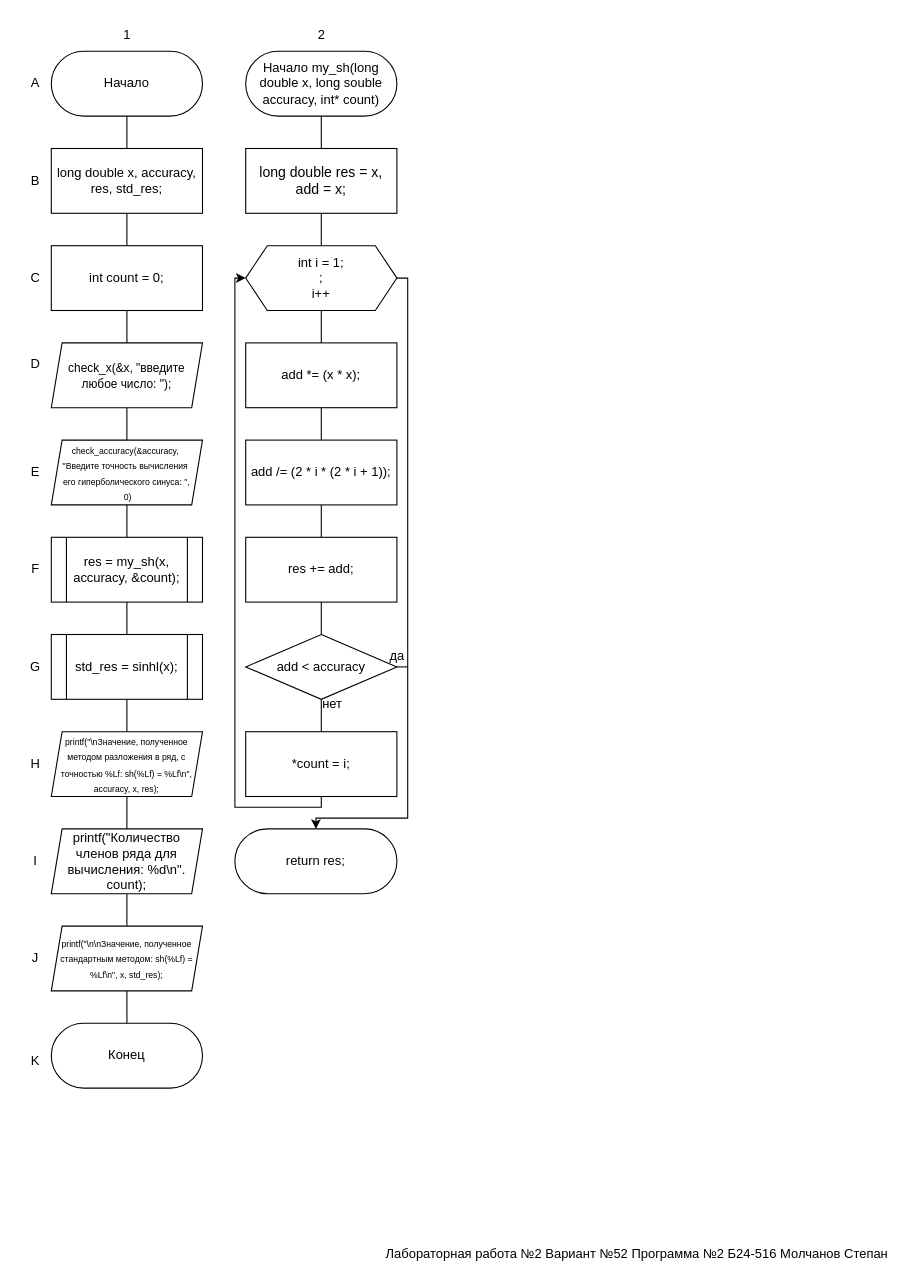
Earlier version of the draw.io diagram page "Страница — 2" (2 of 2) of lab2/flowchart.drawio (molchanov71/MEPhIflowcharts). Source tidied: cells renumbered, new cells numbered last; positions are measured from the earlier drawing's top-left corner, leaving out a move shared by most shapes. Both pictures are drawn from the tidied source at 108%, with x=0, y=0 at pixel (18, 18).
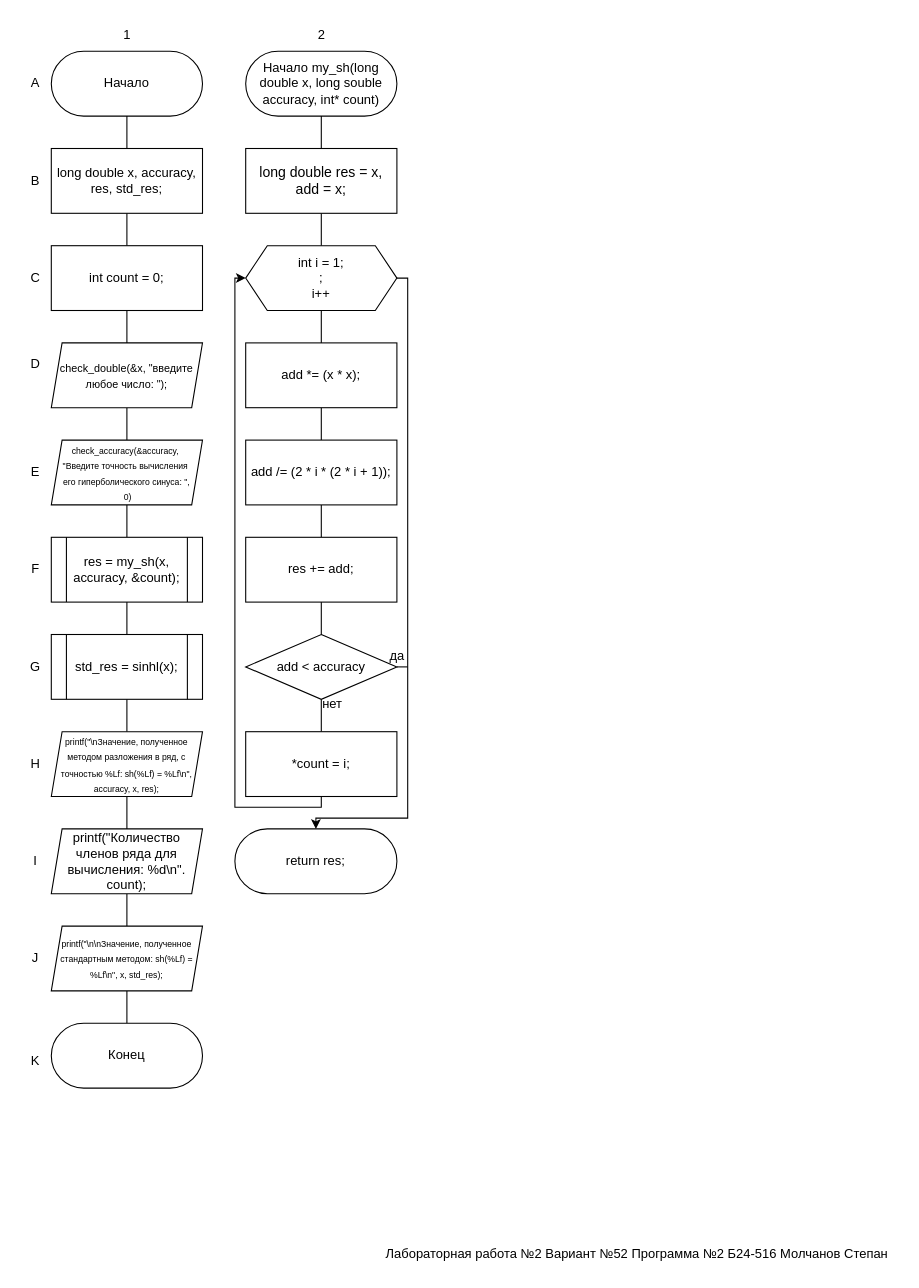
After the change.

Diff of the diagram source:
```diff
@@
-    <mxCell id="9" value="&lt;font style=&quot;font-size: 11px;&quot;&gt;check_x(&amp;amp;x, &quot;введите любое число: &quot;);&lt;/font&gt;" style="shape=parallelogram;perimeter=parallelogramPerimeter;whiteSpace=wrap;html=1;fixedSize=1;size=10;" parent="1" vertex="1">
+    <mxCell id="9" value="&lt;font style=&quot;font-size: 10px;&quot;&gt;&lt;font style=&quot;font-size: 10px;&quot;&gt;check_double(&amp;amp;x,&amp;nbsp;&lt;/font&gt;&lt;span style=&quot;background-color: initial;&quot;&gt;&quot;введите любое число: &quot;);&lt;/span&gt;&lt;/font&gt;" style="shape=parallelogram;perimeter=parallelogramPerimeter;whiteSpace=wrap;html=1;fixedSize=1;size=10;" parent="1" vertex="1">
       <mxGeometry x="30" y="300" width="140" height="60" as="geometry" />
     </mxCell>
```
